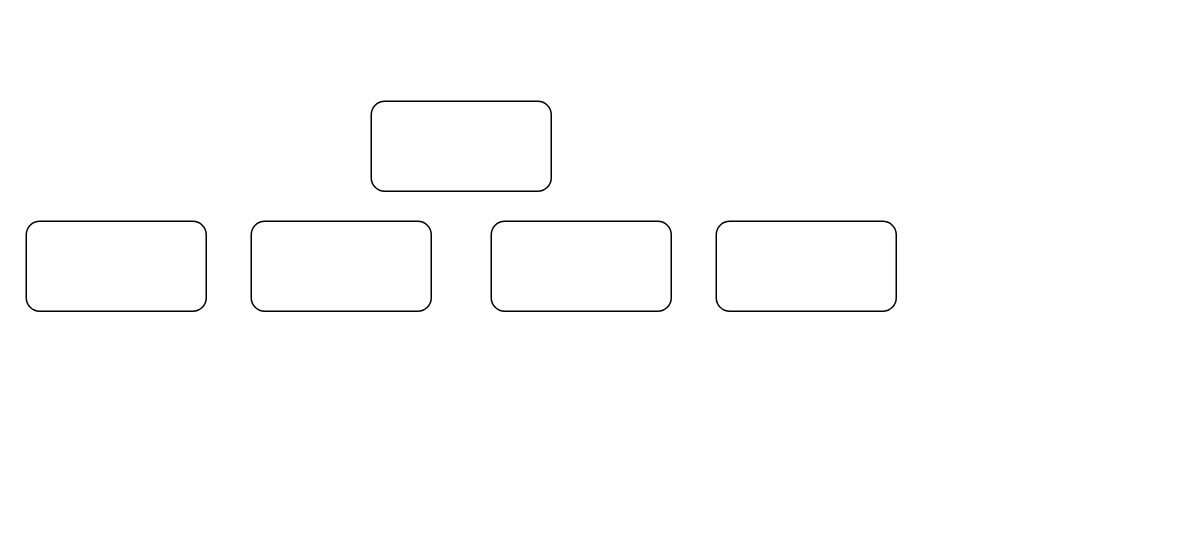
Above: PointOfViewHierarchyDiagram.drawio in JorgeEduardoFOS/ecommercepet (draw.io), before the change. Source tidied: cells renumbered, new cells numbered last; positions are measured from the earlier drawing's top-left corner, leaving out a move shared by most shapes. Both pictures are drawn from the tidied source at 150%, with x=0, y=0 at pixel (26, 100).
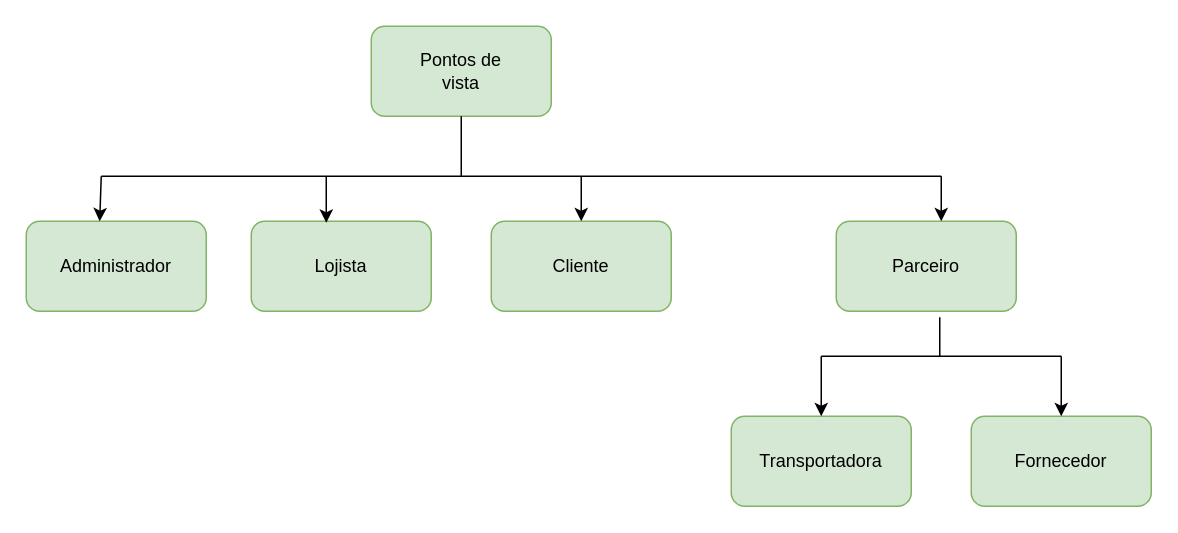
After the change.

The edit, as a diff of the source:
```diff
@@
-    <mxCell id="2" style="rounded=1;whiteSpace=wrap;html=1;" parent="1" vertex="1">
-      <mxGeometry x="230" width="120" height="60" as="geometry" />
+    <mxCell id="2" style="rounded=1;whiteSpace=wrap;html=1;fillColor=#d5e8d4;strokeColor=#82b366;" parent="1" vertex="1">
+      <mxGeometry x="230" y="-50" width="120" height="60" as="geometry" />
     </mxCell>
-    <mxCell id="3" style="rounded=1;whiteSpace=wrap;html=1;" parent="1" vertex="1">
+    <mxCell id="3" style="rounded=1;whiteSpace=wrap;html=1;fillColor=#d5e8d4;strokeColor=#82b366;" parent="1" vertex="1">
       <mxGeometry y="80" width="120" height="60" as="geometry" />
     </mxCell>
-    <mxCell id="4" style="rounded=1;whiteSpace=wrap;html=1;" parent="1" vertex="1">
+    <mxCell id="4" style="rounded=1;whiteSpace=wrap;html=1;fillColor=#d5e8d4;strokeColor=#82b366;" parent="1" vertex="1">
       <mxGeometry x="150" y="80" width="120" height="60" as="geometry" />
     </mxCell>
-    <mxCell id="5" style="rounded=1;whiteSpace=wrap;html=1;" parent="1" vertex="1">
+    <mxCell id="5" style="rounded=1;whiteSpace=wrap;html=1;fillColor=#d5e8d4;strokeColor=#82b366;" parent="1" vertex="1">
       <mxGeometry x="310" y="80" width="120" height="60" as="geometry" />
     </mxCell>
-    <mxCell id="6" style="rounded=1;whiteSpace=wrap;html=1;" parent="1" vertex="1">
-      <mxGeometry x="460" y="80" width="120" height="60" as="geometry" />
+    <mxCell id="6" style="rounded=1;whiteSpace=wrap;html=1;fillColor=#d5e8d4;strokeColor=#82b366;" parent="1" vertex="1">
+      <mxGeometry x="540" y="80" width="120" height="60" as="geometry" />
     </mxCell>
+    <mxCell id="7" value="&lt;div&gt;Pontos de vista&lt;/div&gt;" style="text;html=1;strokeColor=none;fillColor=none;align=center;verticalAlign=middle;whiteSpace=wrap;rounded=0;" parent="1" vertex="1">
+      <mxGeometry x="260" y="-35" width="60" height="30" as="geometry" />
+    </mxCell>
+    <mxCell id="8" value="Administrador" style="text;html=1;strokeColor=none;fillColor=none;align=center;verticalAlign=middle;whiteSpace=wrap;rounded=0;" parent="1" vertex="1">
+      <mxGeometry x="30" y="95" width="60" height="30" as="geometry" />
+    </mxCell>
+    <mxCell id="9" value="&lt;div&gt;Lojista&lt;/div&gt;" style="text;html=1;strokeColor=none;fillColor=none;align=center;verticalAlign=middle;whiteSpace=wrap;rounded=0;" parent="1" vertex="1">
+      <mxGeometry x="180" y="95" width="60" height="30" as="geometry" />
+    </mxCell>
+    <mxCell id="10" value="&lt;div&gt;Cliente&lt;/div&gt;" style="text;html=1;strokeColor=none;fillColor=none;align=center;verticalAlign=middle;whiteSpace=wrap;rounded=0;" parent="1" vertex="1">
+      <mxGeometry x="340" y="95" width="60" height="30" as="geometry" />
+    </mxCell>
+    <mxCell id="11" value="Parceiro" style="text;html=1;strokeColor=none;fillColor=none;align=center;verticalAlign=middle;whiteSpace=wrap;rounded=0;" parent="1" vertex="1">
+      <mxGeometry x="570" y="95" width="60" height="30" as="geometry" />
+    </mxCell>
+    <mxCell id="12" style="rounded=1;whiteSpace=wrap;html=1;fillColor=#d5e8d4;strokeColor=#82b366;" parent="1" vertex="1">
+      <mxGeometry x="470" y="210" width="120" height="60" as="geometry" />
+    </mxCell>
+    <mxCell id="13" style="rounded=1;whiteSpace=wrap;html=1;fillColor=#d5e8d4;strokeColor=#82b366;" parent="1" vertex="1">
+      <mxGeometry x="630" y="210" width="120" height="60" as="geometry" />
+    </mxCell>
+    <mxCell id="14" value="&lt;div&gt;Transportadora&lt;/div&gt;" style="text;html=1;strokeColor=none;fillColor=none;align=center;verticalAlign=middle;whiteSpace=wrap;rounded=0;" parent="1" vertex="1">
+      <mxGeometry x="500" y="225" width="60" height="30" as="geometry" />
+    </mxCell>
+    <mxCell id="15" value="Fornecedor" style="text;html=1;strokeColor=none;fillColor=none;align=center;verticalAlign=middle;whiteSpace=wrap;rounded=0;" parent="1" vertex="1">
+      <mxGeometry x="660" y="225" width="60" height="30" as="geometry" />
+    </mxCell>
+    <mxCell id="16" style="endArrow=none;html=1;rounded=0;entryX=0.5;entryY=1;entryDx=0;entryDy=0;" parent="1" edge="1" target="2">
+      <mxGeometry relative="1" as="geometry">
+        <mxPoint x="290" y="50" as="sourcePoint" />
+      </mxGeometry>
+    </mxCell>
+    <mxCell id="17" style="endArrow=none;html=1;rounded=0;" parent="1" edge="1">
+      <mxGeometry relative="1" as="geometry">
+        <mxPoint x="50" y="50" as="sourcePoint" />
+        <mxPoint x="610" y="50" as="targetPoint" />
+      </mxGeometry>
+    </mxCell>
+    <mxCell id="18" style="endArrow=classic;html=1;rounded=0;entryX=0.408;entryY=0;entryDx=0;entryDy=0;entryPerimeter=0;" parent="1" edge="1" target="3">
+      <mxGeometry relative="1" as="geometry">
+        <mxPoint x="50" y="50" as="sourcePoint" />
+      </mxGeometry>
+    </mxCell>
+    <mxCell id="19" style="endArrow=classic;html=1;rounded=0;entryX=0.417;entryY=0.017;entryDx=0;entryDy=0;entryPerimeter=0;" parent="1" edge="1" target="4">
+      <mxGeometry relative="1" as="geometry">
+        <mxPoint x="200" y="50" as="sourcePoint" />
+      </mxGeometry>
+    </mxCell>
+    <mxCell id="20" style="endArrow=classic;html=1;rounded=0;entryX=0.5;entryY=0;entryDx=0;entryDy=0;" parent="1" edge="1" target="5">
+      <mxGeometry relative="1" as="geometry">
+        <mxPoint x="370" y="50" as="sourcePoint" />
+      </mxGeometry>
+    </mxCell>
+    <mxCell id="21" style="endArrow=classic;html=1;rounded=0;" parent="1" edge="1">
+      <mxGeometry relative="1" as="geometry">
+        <mxPoint x="610" y="50" as="sourcePoint" />
+        <mxPoint x="610" y="80" as="targetPoint" />
+      </mxGeometry>
+    </mxCell>
+    <mxCell id="22" style="endArrow=none;html=1;rounded=0;entryX=0.575;entryY=1.067;entryDx=0;entryDy=0;entryPerimeter=0;" parent="1" edge="1" target="6">
+      <mxGeometry relative="1" as="geometry">
+        <mxPoint x="609" y="170" as="sourcePoint" />
+      </mxGeometry>
+    </mxCell>
+    <mxCell id="23" style="endArrow=none;html=1;rounded=0;" parent="1" edge="1">
+      <mxGeometry relative="1" as="geometry">
+        <mxPoint x="530" y="170" as="sourcePoint" />
+        <mxPoint x="690" y="170" as="targetPoint" />
+      </mxGeometry>
+    </mxCell>
+    <mxCell id="24" style="endArrow=classic;html=1;rounded=0;entryX=0.5;entryY=0;entryDx=0;entryDy=0;" parent="1" edge="1" target="12">
+      <mxGeometry relative="1" as="geometry">
+        <mxPoint x="530" y="170" as="sourcePoint" />
+      </mxGeometry>
+    </mxCell>
+    <mxCell id="25" style="endArrow=classic;html=1;rounded=0;entryX=0.5;entryY=0;entryDx=0;entryDy=0;" parent="1" edge="1" target="13">
+      <mxGeometry relative="1" as="geometry">
+        <mxPoint x="690" y="170" as="sourcePoint" />
+      </mxGeometry>
+    </mxCell>
```
